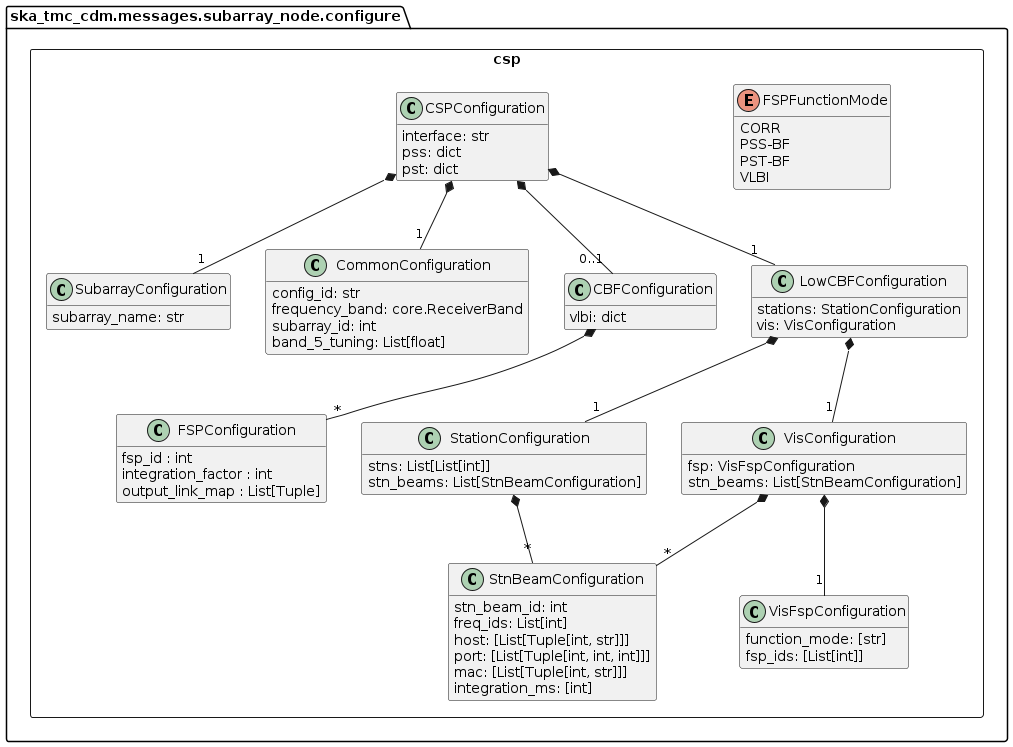
This is docs/src/developer/subarraynode/csp.png from ska-telescope/cdm-shared-library, a PlantUML export, as it was before one commit. Source of this version:
```plantuml
@startuml
hide empty members

remove VLBIConfiguration
remove PSTConfiguration
remove PSSConfiguration

set separator none
package ska_tmc_cdm.messages.subarray_node.configure {
	package csp <<Rectangle>> {
	    class SubarrayConfiguration {
	        subarray_name: str
	    }

	    class CommonConfiguration {
	        config_id: str
            frequency_band: core.ReceiverBand
            subarray_id: int
            band_5_tuning: List[float]
	    }

	    class CBFConfiguration {
            vlbi: dict
	    }

		enum FSPFunctionMode {
			CORR
			PSS-BF
			PST-BF
			VLBI
		}

		class FSPConfiguration {
			fsp_id : int
			integration_factor : int
			output_link_map : List[Tuple]
		}

		class CSPConfiguration {
	        interface: str
	        pss: dict
	        pst: dict

		}

		class LowCBFConfiguration {
			stations: StationConfiguration
			vis: VisConfiguration
		}

		class StationConfiguration {
			stns: List[List[int]]
        	stn_beams: List[StnBeamConfiguration]
		}

		class StnBeamConfiguration {
			stn_beam_id: int
			freq_ids: List[int]
			host: [List[Tuple[int, str]]]
			port: [List[Tuple[int, int, int]]]
			mac: [List[Tuple[int, str]]]
			integration_ms: [int]
		}

		class VisConfiguration {
			fsp: VisFspConfiguration
			stn_beams: List[StnBeamConfiguration]
		}

		class VisFspConfiguration {
			function_mode: [str]
			fsp_ids: [List[int]]
		}

		CBFConfiguration *-- "*" FSPConfiguration
		CSPConfiguration *-- "1" CommonConfiguration
		CSPConfiguration *-- "1" SubarrayConfiguration
		CSPConfiguration *-- "0..1" CBFConfiguration
		CSPConfiguration *-- "1" LowCBFConfiguration
		LowCBFConfiguration *-- "1" StationConfiguration
		LowCBFConfiguration *-- "1" VisConfiguration
		VisConfiguration *-- "1" VisFspConfiguration
		VisConfiguration *-- "*" StnBeamConfiguration
		StationConfiguration *-- "*" StnBeamConfiguration
	}
}
@enduml
```
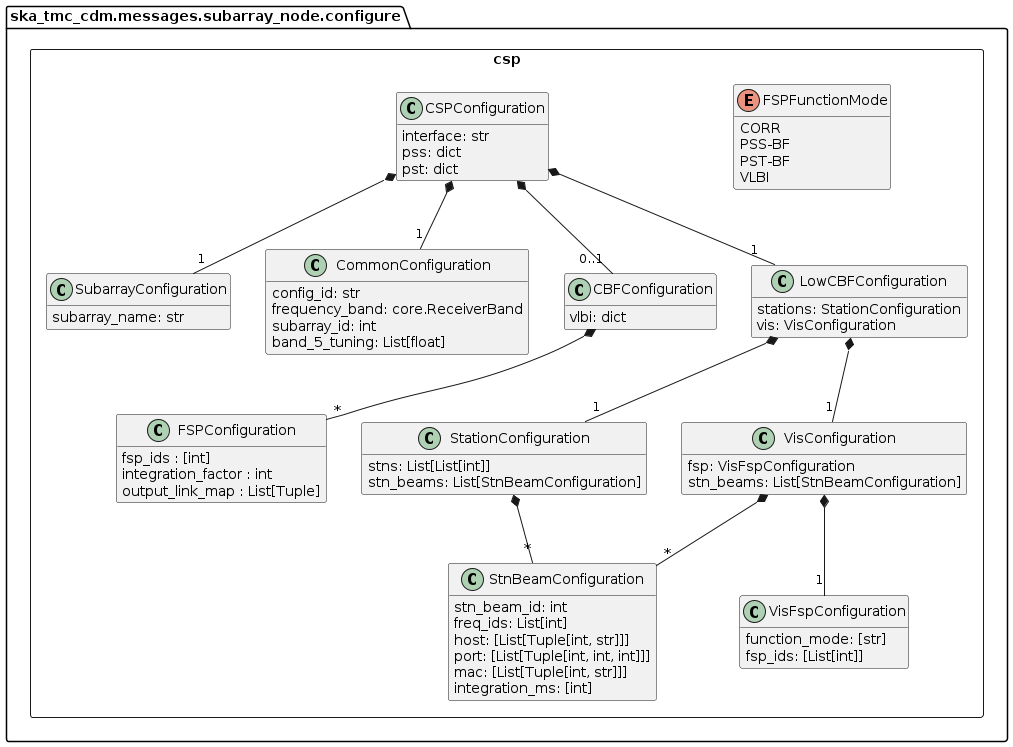
After the change.

Diff of the diagram source:
```diff
@@ -31,7 +31,7 @@
 		}
 
 		class FSPConfiguration {
-			fsp_id : int
+			fsp_ids : [int]
 			integration_factor : int
 			output_link_map : List[Tuple]
 		}
```
